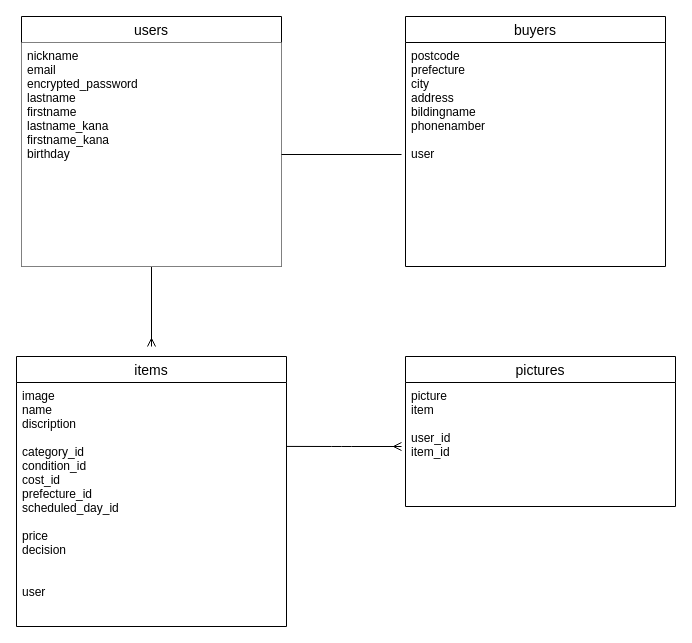
Before: app/views/test.dio in miyoon17/furima-40098, a draw.io diagram. Source tidied: cells renumbered, new cells numbered last; positions are measured from the earlier drawing's top-left corner, leaving out a move shared by most shapes. Both pictures are drawn from the tidied source at 100%, with x=0, y=0 at pixel (16, 16).
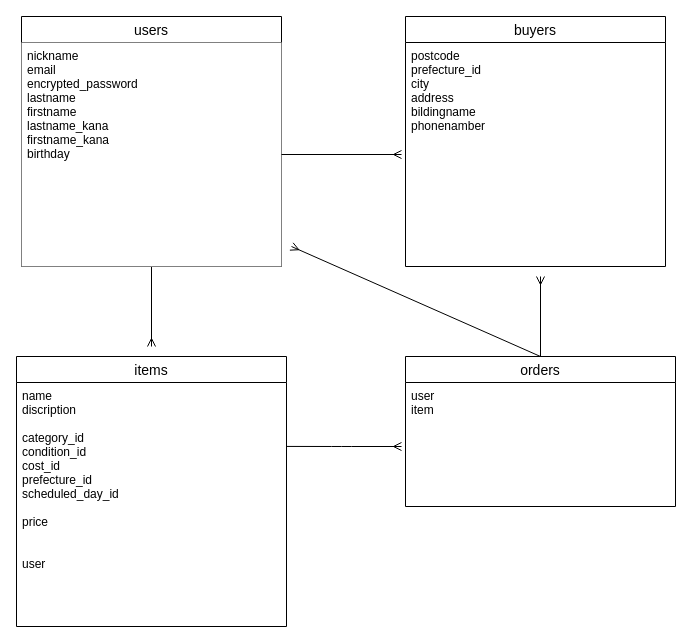
The same diagram, later.

Commit message (it also covers changes not shown here):
データベース設計 0226 修正2

What changed in the source:
```diff
@@
 <mxGraphModel>
   <root>
     <mxCell id="0" />
     <mxCell id="1" parent="0" />
     <mxCell id="2" style="edgeStyle=none;html=1;endArrow=ERmany;endFill=0;" parent="1" edge="1" source="3">
       <mxGeometry relative="1" as="geometry">
         <mxPoint x="135" y="330" as="targetPoint" />
       </mxGeometry>
     </mxCell>
     <mxCell id="3" value="users" style="swimlane;fontStyle=0;horizontal=1;startSize=26;align=center;fontSize=14;" parent="1" vertex="1">
       <mxGeometry x="5" width="260" height="250" as="geometry" />
     </mxCell>
     <mxCell id="4" value="nickname&#10;email&#10;encrypted_password&#10;lastname&#10;firstname&#10;lastname_kana&#10;firstname_kana&#10;birthday" style="text;strokeColor=none;fillColor=default;spacingLeft=4;spacingRight=4;overflow=hidden;points=[[0,0.5],[1,0.5]];portConstraint=eastwest;fontSize=12;" parent="3" vertex="1">
       <mxGeometry y="26" width="260" height="224" as="geometry" />
     </mxCell>
     <mxCell id="5" value="items" style="swimlane;fontStyle=0;horizontal=1;startSize=26;align=center;fontSize=14;" parent="1" vertex="1">
       <mxGeometry y="340" width="270" height="270" as="geometry" />
     </mxCell>
-    <mxCell id="6" value="image&#10;name&#10;discription&#10;&#10;category_id&#10;condition_id&#10;cost_id&#10;prefecture_id&#10;scheduled_day_id&#10;&#10;price&#10;decision&#10;&#10;&#10;user" style="text;strokeColor=none;fillColor=none;spacingLeft=4;spacingRight=4;overflow=hidden;points=[[0,0.5],[1,0.5]];portConstraint=eastwest;fontSize=12;" parent="5" vertex="1">
+    <mxCell id="6" value="name&#10;discription&#10;&#10;category_id&#10;condition_id&#10;cost_id&#10;prefecture_id&#10;scheduled_day_id&#10;&#10;price&#10;&#10;&#10;user" style="text;strokeColor=none;fillColor=none;spacingLeft=4;spacingRight=4;overflow=hidden;points=[[0,0.5],[1,0.5]];portConstraint=eastwest;fontSize=12;" parent="5" vertex="1">
       <mxGeometry y="26" width="270" height="244" as="geometry" />
     </mxCell>
     <mxCell id="7" value="buyers" style="swimlane;fontStyle=0;horizontal=1;startSize=26;align=center;fontSize=14;fillColor=default;" parent="1" vertex="1">
       <mxGeometry x="389" width="260" height="250" as="geometry" />
     </mxCell>
-    <mxCell id="8" value="postcode&#10;prefecture&#10;city&#10;address&#10;bildingname&#10;phonenamber&#10;&#10;user" style="text;strokeColor=none;fillColor=none;spacingLeft=4;spacingRight=4;overflow=hidden;fontSize=12;" parent="7" vertex="1">
+    <mxCell id="8" value="postcode&#10;prefecture_id&#10;city&#10;address&#10;bildingname&#10;phonenamber&#10;" style="text;strokeColor=none;fillColor=none;spacingLeft=4;spacingRight=4;overflow=hidden;fontSize=12;" parent="7" vertex="1">
       <mxGeometry y="26" width="260" height="224" as="geometry" />
     </mxCell>
+    <mxCell id="13" style="edgeStyle=none;html=1;exitX=0.5;exitY=0;exitDx=0;exitDy=0;endArrow=ERmany;endFill=0;" parent="1" edge="1" source="9">
+      <mxGeometry relative="1" as="geometry">
+        <mxPoint x="275" y="230" as="targetPoint" />
+      </mxGeometry>
+    </mxCell>
+    <mxCell id="14" style="edgeStyle=none;html=1;exitX=0.5;exitY=0;exitDx=0;exitDy=0;endArrow=ERmany;endFill=0;" parent="1" edge="1" source="9">
+      <mxGeometry relative="1" as="geometry">
+        <mxPoint x="524" y="260" as="targetPoint" />
+      </mxGeometry>
+    </mxCell>
-    <mxCell id="9" value="pictures" style="swimlane;fontStyle=0;horizontal=1;startSize=26;align=center;fontSize=14;fillColor=default;" parent="1" vertex="1">
+    <mxCell id="9" value="orders" style="swimlane;fontStyle=0;horizontal=1;startSize=26;align=center;fontSize=14;fillColor=default;" parent="1" vertex="1">
       <mxGeometry x="389" y="340" width="270" height="150" as="geometry" />
     </mxCell>
-    <mxCell id="10" value="picture&#10;item&#10;&#10;user_id&#10;item_id" style="text;strokeColor=none;fillColor=none;spacingLeft=4;spacingRight=4;overflow=hidden;fontSize=12;" parent="9" vertex="1">
+    <mxCell id="10" value="user&#10;item" style="text;strokeColor=none;fillColor=none;spacingLeft=4;spacingRight=4;overflow=hidden;fontSize=12;" parent="9" vertex="1">
       <mxGeometry y="26" width="270" height="124" as="geometry" />
     </mxCell>
     <mxCell id="11" style="edgeStyle=none;html=1;endArrow=ERmany;endFill=0;exitX=1;exitY=0.262;exitDx=0;exitDy=0;exitPerimeter=0;" parent="1" edge="1" source="6">
       <mxGeometry relative="1" as="geometry">
         <mxPoint x="385" y="430" as="targetPoint" />
         <Array as="points">
           <mxPoint x="325" y="430" />
         </Array>
       </mxGeometry>
     </mxCell>
-    <mxCell id="12" style="edgeStyle=none;html=1;endArrow=none;endFill=0;" parent="1" edge="1" source="4">
+    <mxCell id="12" style="edgeStyle=none;html=1;endArrow=ERmany;endFill=0;" parent="1" edge="1" source="4">
       <mxGeometry relative="1" as="geometry">
         <mxPoint x="385" y="138" as="targetPoint" />
       </mxGeometry>
     </mxCell>
   </root>
 </mxGraphModel>
```
